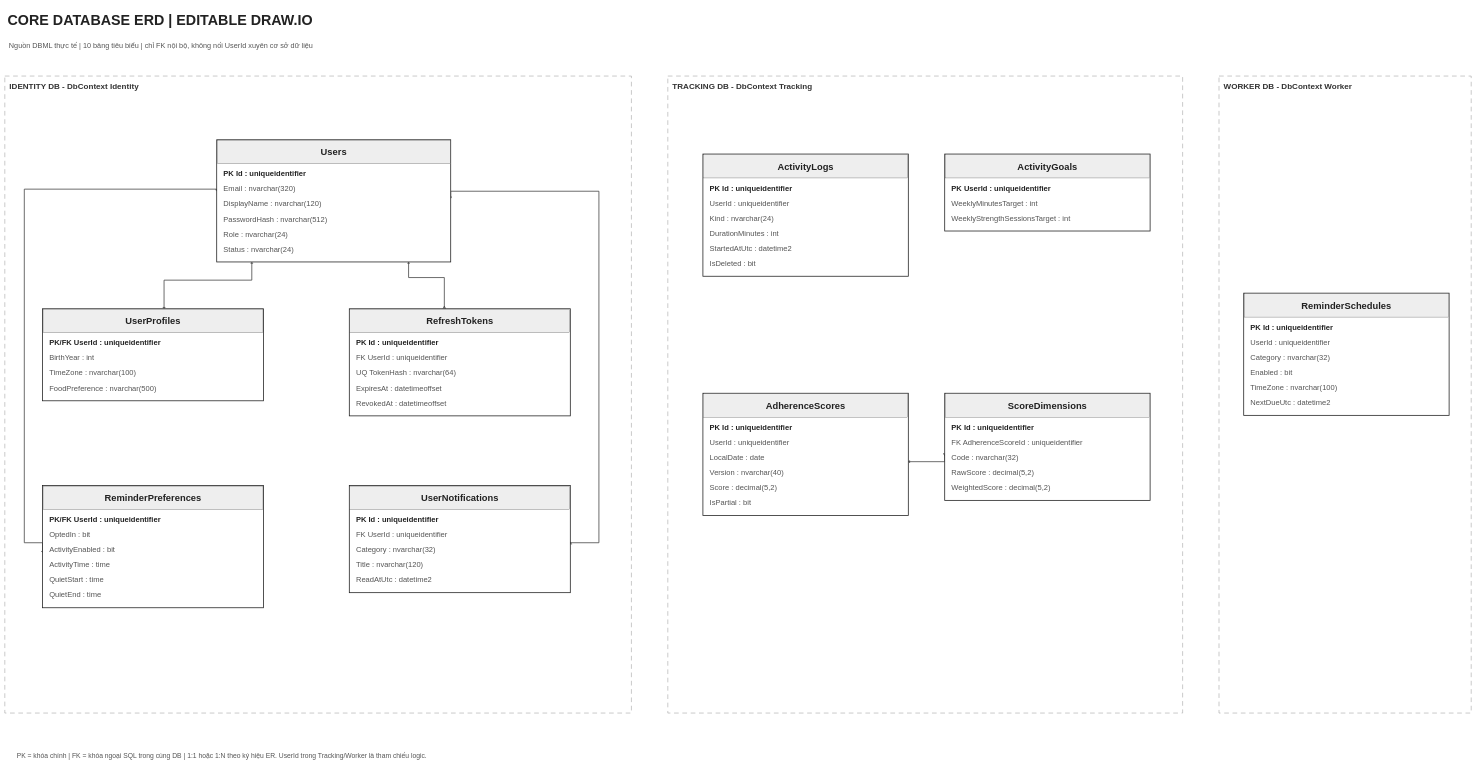
Before: docs/assignment/one-page/04-database-core.drawio in YAHsaveme/FPTUSE_LongevityDiet, a draw.io diagram. Source tidied: cells renumbered, new cells numbered last; positions are measured from the earlier drawing's top-left corner, leaving out a move shared by most shapes. Both pictures are drawn from the tidied source at 26%, with x=0, y=0 at pixel (5, 4).
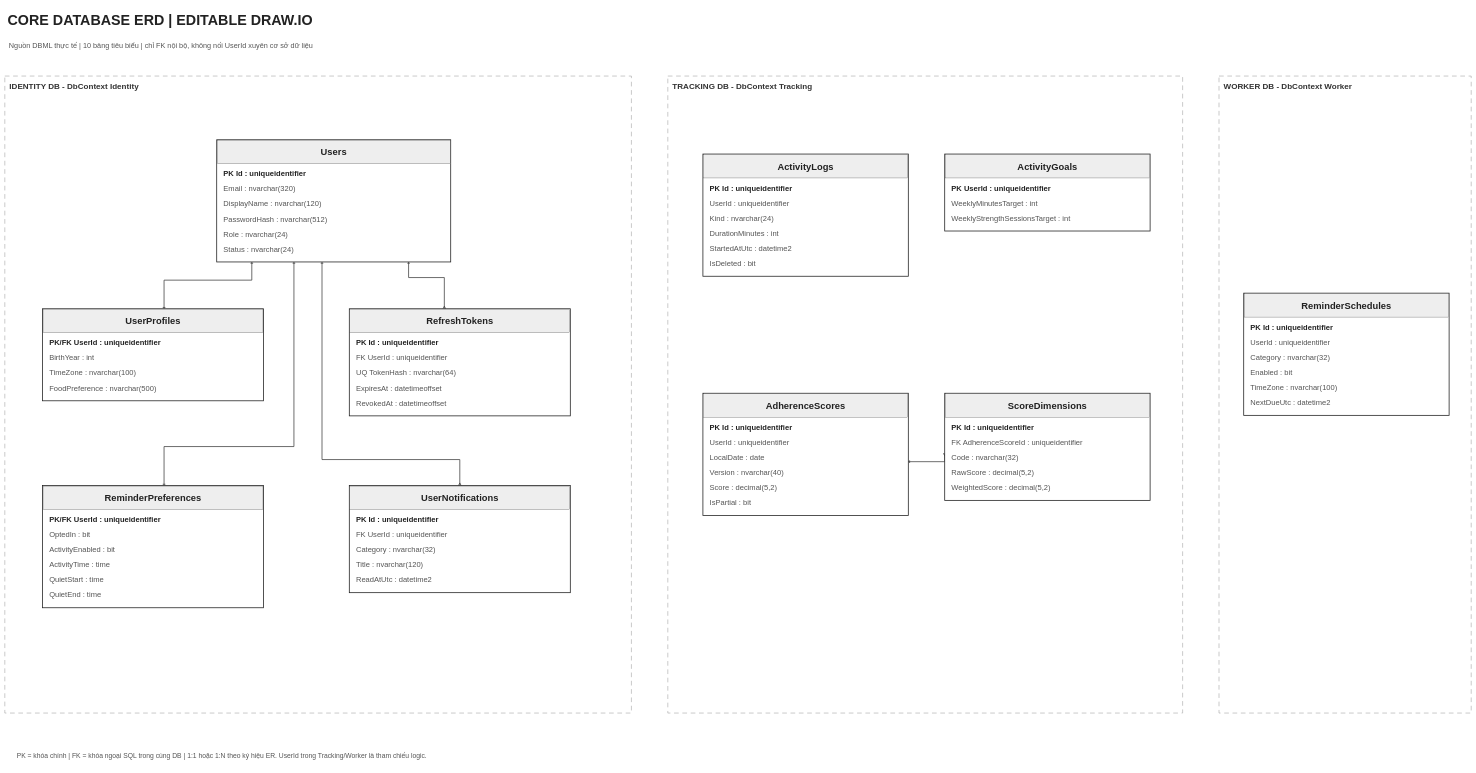
After the change.

Unchanged cells that the change refers to:
```xml
<mxCell id="12" style="rounded=0;whiteSpace=wrap;html=1;fillColor=#FFFFFF;strokeColor=#222222;strokeWidth=3;fontColor=#222222;fontSize=30;fontFamily=Arial;align=center;verticalAlign=middle;spacing=12;shadow=0;glass=0;" parent="1" vertex="1">
  <mxGeometry x="815" y="520" width="900" height="470" as="geometry" />
</mxCell>
<mxCell id="33" style="rounded=0;whiteSpace=wrap;html=1;fillColor=#FFFFFF;strokeColor=#222222;strokeWidth=3;fontColor=#222222;fontSize=30;fontFamily=Arial;align=center;verticalAlign=middle;spacing=12;shadow=0;glass=0;" parent="1" vertex="1">
  <mxGeometry x="145" y="1850" width="850" height="470" as="geometry" />
</mxCell>
<mxCell id="41" style="rounded=0;whiteSpace=wrap;html=1;fillColor=#FFFFFF;strokeColor=#222222;strokeWidth=3;fontColor=#222222;fontSize=30;fontFamily=Arial;align=center;verticalAlign=middle;spacing=12;shadow=0;glass=0;" parent="1" vertex="1">
  <mxGeometry x="1325" y="1850" width="850" height="412" as="geometry" />
</mxCell>
```

The edit, as a diff of the source:
```diff
@@
-    <mxCell id="4" style="edgeStyle=segmentEdgeStyle;rounded=0;html=1;jettySize=auto;strokeColor=#444444;strokeWidth=3;startArrow=ERone;endArrow=ERone;endFill=1;exitX=0;exitY=0.42;exitPerimeter=0;entryX=0;entryY=0.55;entryPerimeter=0;" parent="1" edge="1" source="12" target="33">
+    <mxCell id="4" style="edgeStyle=segmentEdgeStyle;rounded=0;html=1;jettySize=auto;strokeColor=#444444;strokeWidth=3;startArrow=ERone;endArrow=ERone;endFill=1;exitX=0.33;exitY=1;exitPerimeter=0;entryX=0.55;entryY=0;entryPerimeter=0;" parent="1" edge="1" source="12" target="33">
       <mxGeometry relative="1" as="geometry">
         <Array as="points">
-          <mxPoint x="75" y="710" />
-          <mxPoint x="75" y="2070" />
+          <mxPoint x="1112" y="1700" />
+          <mxPoint x="613" y="1700" />
         </Array>
       </mxGeometry>
     </mxCell>
-    <mxCell id="5" style="edgeStyle=segmentEdgeStyle;rounded=0;html=1;jettySize=auto;strokeColor=#444444;strokeWidth=3;startArrow=ERone;endArrow=ERmany;endFill=1;exitX=1;exitY=0.48;exitPerimeter=0;entryX=1;entryY=0.55;entryPerimeter=0;" parent="1" edge="1" source="12" target="41">
+    <mxCell id="5" style="edgeStyle=segmentEdgeStyle;rounded=0;html=1;jettySize=auto;strokeColor=#444444;strokeWidth=3;startArrow=ERone;endArrow=ERmany;endFill=1;exitX=0.45;exitY=1;exitPerimeter=0;entryX=0.5;entryY=0;entryPerimeter=0;" parent="1" edge="1" source="12" target="41">
       <mxGeometry relative="1" as="geometry">
         <Array as="points">
-          <mxPoint x="2285" y="718" />
-          <mxPoint x="2285" y="2070" />
+          <mxPoint x="1220" y="1750" />
+          <mxPoint x="1750" y="1750" />
         </Array>
       </mxGeometry>
     </mxCell>
```
